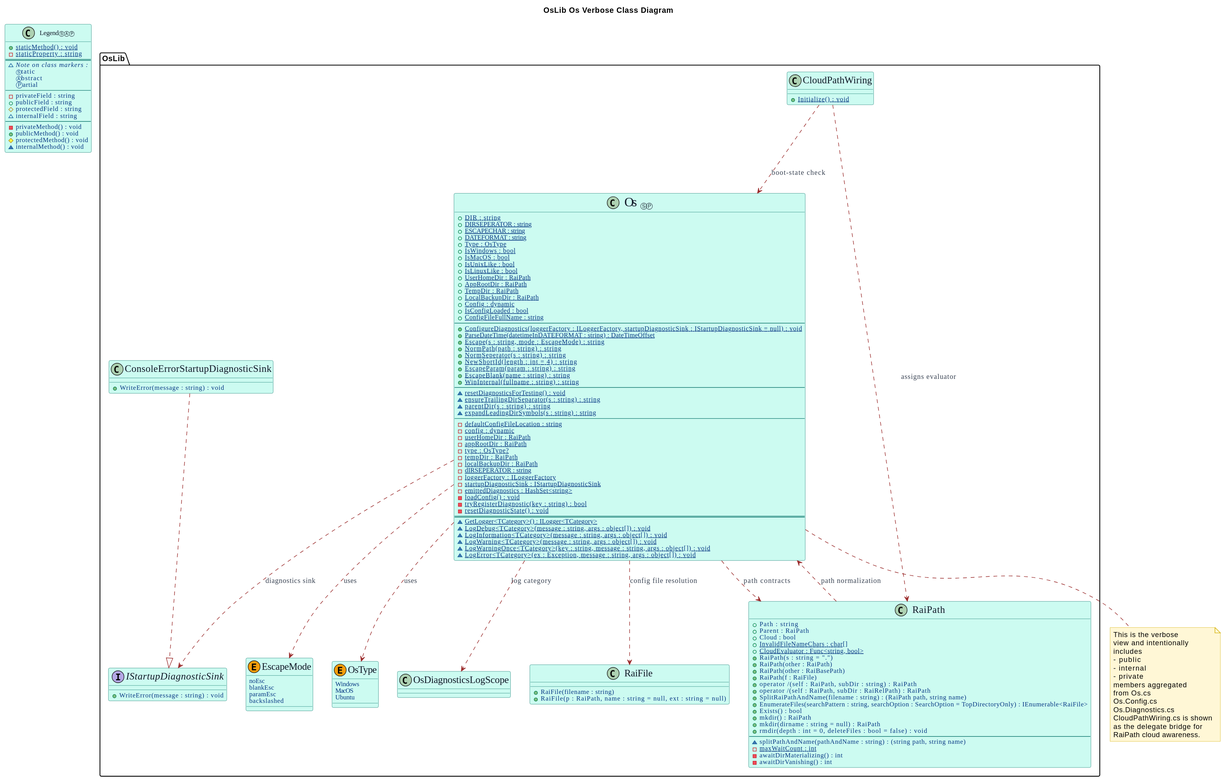
This is Os-verboseCD.svg from Burkhardt/OsLib, a PlantUML export, as it was before one commit.
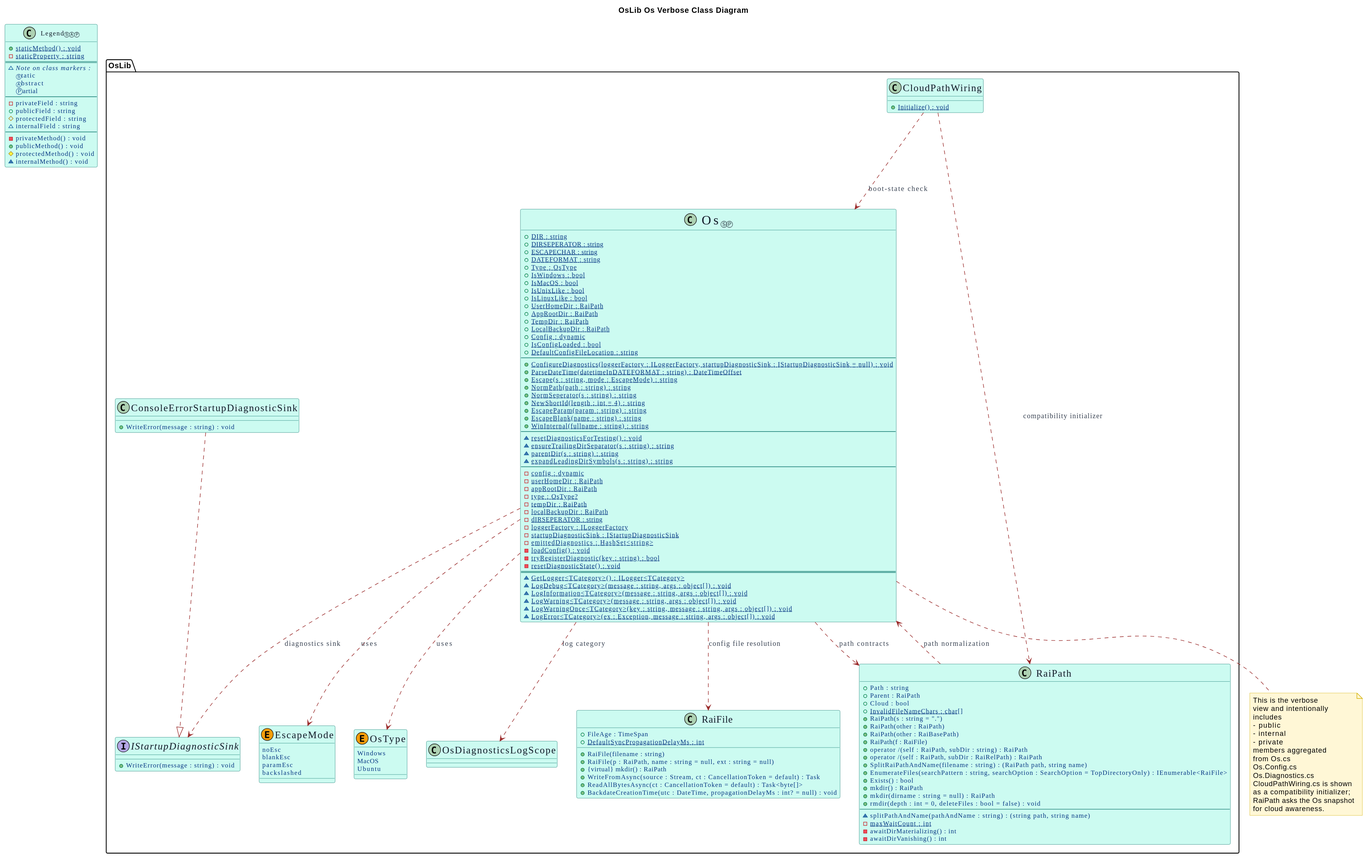
The same file after the commit.

What changed in the source:
```diff
@@ -65,7 +65,6 @@
 		+Parent : RaiPath
 		+Cloud : bool
 		+{static} InvalidFileNameChars : char[]
-		+{static} CloudEvaluator : Func<string, bool>
 		+RaiPath(s : string = ".")
 		+RaiPath(other : RaiPath)
 		+RaiPath(other : RaiBasePath)
@@ -88,6 +87,12 @@
 	class "<size:18>RaiFile</size>" as RaiFile {
 		+RaiFile(filename : string)
 		+RaiFile(p : RaiPath, name : string = null, ext : string = null)
+		+FileAge : TimeSpan
+		+{static} DefaultSyncPropagationDelayMs : int
+			+{virtual} mkdir() : RaiPath
+		+WriteFromAsync(source : Stream, ct : CancellationToken = default) : Task
+		+ReadAllBytesAsync(ct : CancellationToken = default) : Task<byte[]>
+		+BackdateCreationTime(utc : DateTime, propagationDelayMs : int? = null) : void
 	}
 
 	class "<size:24>Os</size> ⓈⓅ" as Os {
@@ -106,7 +111,7 @@
 		+{static} LocalBackupDir : RaiPath
 		+{static} Config : dynamic
 		+{static} IsConfigLoaded : bool
-		+{static} ConfigFileFullName : string
+		+{static} DefaultConfigFileLocation : string
 		--
 		+{static} ConfigureDiagnostics(loggerFactory : ILoggerFactory, startupDiagnosticSink : IStartupDiagnosticSink = null) : void
 		+{static} ParseDateTime(datetimeInDATEFORMAT : string) : DateTimeOffset
@@ -123,7 +128,6 @@
 		~{static} parentDir(s : string) : string
 		~{static} expandLeadingDirSymbols(s : string) : string
 		--
-		-{static} defaultConfigFileLocation : string
 		-{static} config : dynamic
 		-{static} userHomeDir : RaiPath
 		-{static} appRootDir : RaiPath
@@ -155,7 +159,7 @@
 Os ..> IStartupDiagnosticSink : diagnostics sink
 Os ..> OsDiagnosticsLogScope : log category
 CloudPathWiring ..> Os : boot-state check
-CloudPathWiring ..> RaiPath : assigns evaluator
+CloudPathWiring ..> RaiPath : compatibility initializer
 RaiPath ..> Os : path normalization
 
 class "Legend<size:10>ⓈⒶⓅ</size>" as LegendSample {
@@ -190,7 +194,8 @@
 	Os.Config.cs
 	Os.Diagnostics.cs
 	CloudPathWiring.cs is shown
-	as the delegate bridge for
-	RaiPath cloud awareness.
+	as a compatibility initializer;
+	RaiPath asks the Os snapshot
+	for cloud awareness.
 end note
 @enduml
```
